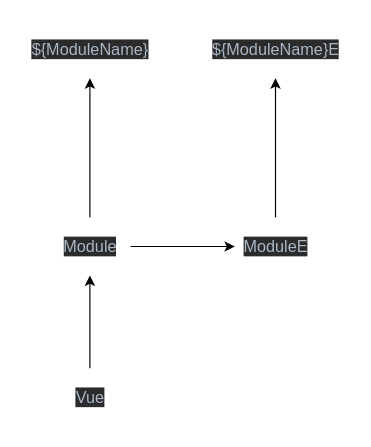
This is structure.drawio from chitose87/molle-cms--dev, a draw.io file, before an edit. Source tidied: cells renumbered, new cells numbered last; positions are measured from the earlier drawing's top-left corner, leaving out a move shared by most shapes. Both pictures are drawn from the tidied source at 116%, with x=0, y=0 at pixel (20, 20).
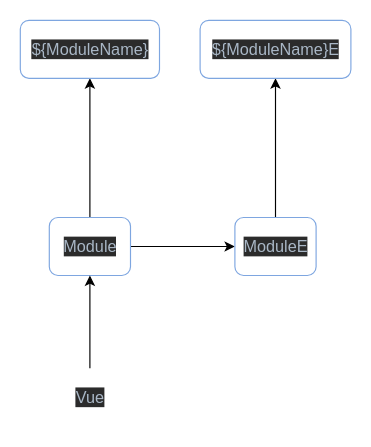
The same page after the edit.

Change to the diagram source:
```diff
@@
 <mxGraphModel>
   <root>
     <mxCell id="0" />
     <mxCell id="1" parent="0" />
     <mxCell id="2" style="edgeStyle=orthogonalEdgeStyle;rounded=0;jettySize=auto;html=1;" parent="1" edge="1" source="4" target="9">
       <mxGeometry relative="1" as="geometry" />
     </mxCell>
     <mxCell id="3" style="edgeStyle=orthogonalEdgeStyle;rounded=0;jettySize=auto;html=1;" parent="1" edge="1" source="4" target="7">
       <mxGeometry relative="1" as="geometry" />
     </mxCell>
-    <mxCell id="4" value="&lt;pre style=&quot;background-color: #2b2b2b ; color: #a9b7c6 ; font-family: &amp;#34;source code pro semibold&amp;#34; ; font-size: 10.5pt&quot;&gt;Module&lt;/pre&gt;" style="text;html=1;align=center;verticalAlign=middle;points=[];" parent="1" vertex="1">
+    <mxCell id="4" value="&lt;pre style=&quot;background-color: #2b2b2b ; color: #a9b7c6 ; font-family: &amp;#34;source code pro semibold&amp;#34; ; font-size: 10.5pt&quot;&gt;Module&lt;/pre&gt;" style="text;html=1;align=center;verticalAlign=middle;points=[];rounded=1;strokeColor=#7EA6E0;glass=0;" parent="1" vertex="1">
       <mxGeometry x="25" y="170" width="70" height="50" as="geometry" />
     </mxCell>
     <mxCell id="5" style="edgeStyle=orthogonalEdgeStyle;rounded=0;jettySize=auto;html=1;" parent="1" edge="1" source="6" target="4">
       <mxGeometry relative="1" as="geometry" />
     </mxCell>
     <mxCell id="6" value="&lt;pre style=&quot;background-color: #2b2b2b ; color: #a9b7c6 ; font-family: &amp;#34;source code pro semibold&amp;#34; ; font-size: 10.5pt&quot;&gt;Vue&lt;/pre&gt;" style="text;html=1;align=center;verticalAlign=middle;points=[];" parent="1" vertex="1">
       <mxGeometry x="40" y="300" width="40" height="50" as="geometry" />
     </mxCell>
-    <mxCell id="7" value="&lt;pre style=&quot;background-color: #2b2b2b ; color: #a9b7c6 ; font-family: &amp;#34;source code pro semibold&amp;#34; ; font-size: 10.5pt&quot;&gt;${ModuleName}&lt;/pre&gt;" style="text;html=1;align=center;verticalAlign=middle;points=[];" parent="1" vertex="1">
+    <mxCell id="7" value="&lt;pre style=&quot;background-color: #2b2b2b ; color: #a9b7c6 ; font-family: &amp;#34;source code pro semibold&amp;#34; ; font-size: 10.5pt&quot;&gt;${ModuleName}&lt;/pre&gt;" style="text;html=1;align=center;verticalAlign=middle;points=[];rounded=1;glass=0;strokeColor=#7EA6E0;" parent="1" vertex="1">
       <mxGeometry width="120" height="50" as="geometry" />
     </mxCell>
     <mxCell id="8" style="edgeStyle=orthogonalEdgeStyle;rounded=0;jettySize=auto;html=1;" parent="1" edge="1" source="9" target="10">
       <mxGeometry relative="1" as="geometry" />
     </mxCell>
-    <mxCell id="9" value="&lt;pre style=&quot;background-color: #2b2b2b ; color: #a9b7c6 ; font-family: &amp;#34;source code pro semibold&amp;#34; ; font-size: 10.5pt&quot;&gt;ModuleE&lt;/pre&gt;" style="text;html=1;align=center;verticalAlign=middle;points=[];" parent="1" vertex="1">
+    <mxCell id="9" value="&lt;pre style=&quot;background-color: #2b2b2b ; color: #a9b7c6 ; font-family: &amp;#34;source code pro semibold&amp;#34; ; font-size: 10.5pt&quot;&gt;ModuleE&lt;/pre&gt;" style="text;html=1;align=center;verticalAlign=middle;points=[];rounded=1;strokeColor=#7EA6E0;glass=0;" parent="1" vertex="1">
       <mxGeometry x="185" y="170" width="70" height="50" as="geometry" />
     </mxCell>
-    <mxCell id="10" value="&lt;pre style=&quot;background-color: #2b2b2b ; color: #a9b7c6 ; font-family: &amp;#34;source code pro semibold&amp;#34; ; font-size: 10.5pt&quot;&gt;${ModuleName}E&lt;/pre&gt;" style="text;html=1;align=center;verticalAlign=middle;points=[];" parent="1" vertex="1">
+    <mxCell id="10" value="&lt;pre style=&quot;background-color: #2b2b2b ; color: #a9b7c6 ; font-family: &amp;#34;source code pro semibold&amp;#34; ; font-size: 10.5pt&quot;&gt;${ModuleName}E&lt;/pre&gt;" style="text;html=1;align=center;verticalAlign=middle;points=[];rounded=1;strokeColor=#7EA6E0;glass=0;" parent="1" vertex="1">
       <mxGeometry x="155" width="130" height="50" as="geometry" />
     </mxCell>
   </root>
 </mxGraphModel>
```
